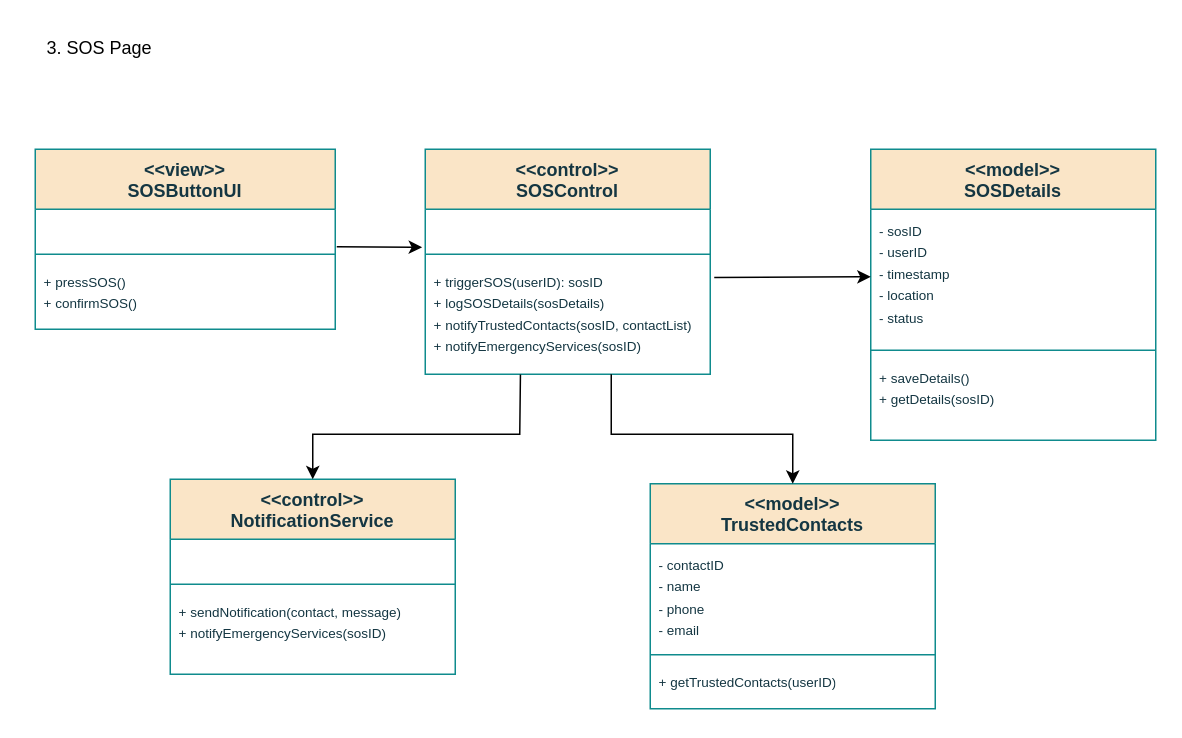
Earlier version of the draw.io diagram page "3. SOS Page (User)" (3 of 17) of Untitled Diagram.drawio (TH-014/CSE_326). Source tidied: cells renumbered, new cells numbered last; positions are measured from the earlier drawing's top-left corner, leaving out a move shared by most shapes. Both pictures are drawn from the tidied source at 150%, with x=0, y=0 at pixel (26, 26).
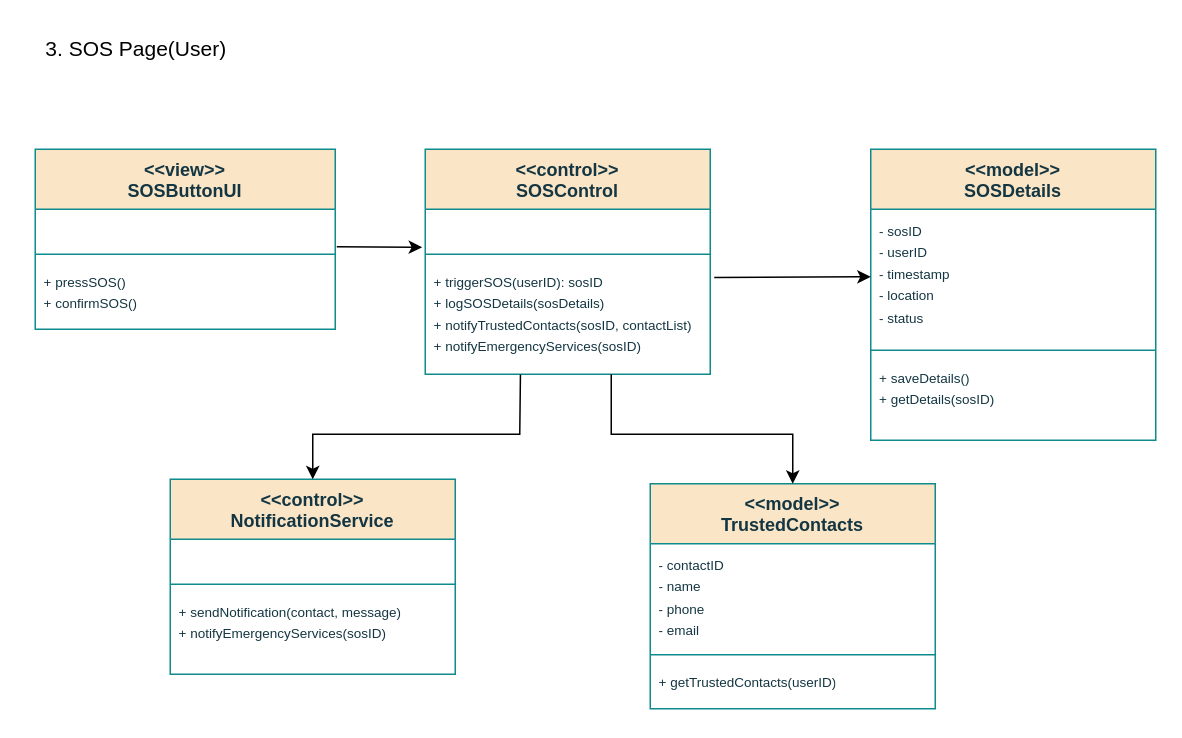
The same diagram, later.

Diff of the diagram source:
```diff
@@
-    <mxCell id="26" value="3. SOS Page" style="text;html=1;align=center;verticalAlign=middle;whiteSpace=wrap;rounded=0;" parent="1" vertex="1">
-      <mxGeometry width="98" height="30" as="geometry" />
+    <mxCell id="26" value="&lt;font style=&quot;font-size: 14px;&quot;&gt;3. SOS Page(User)&lt;/font&gt;" style="text;html=1;align=center;verticalAlign=middle;whiteSpace=wrap;rounded=0;" parent="1" vertex="1">
+      <mxGeometry width="147" height="30" as="geometry" />
     </mxCell>
```
